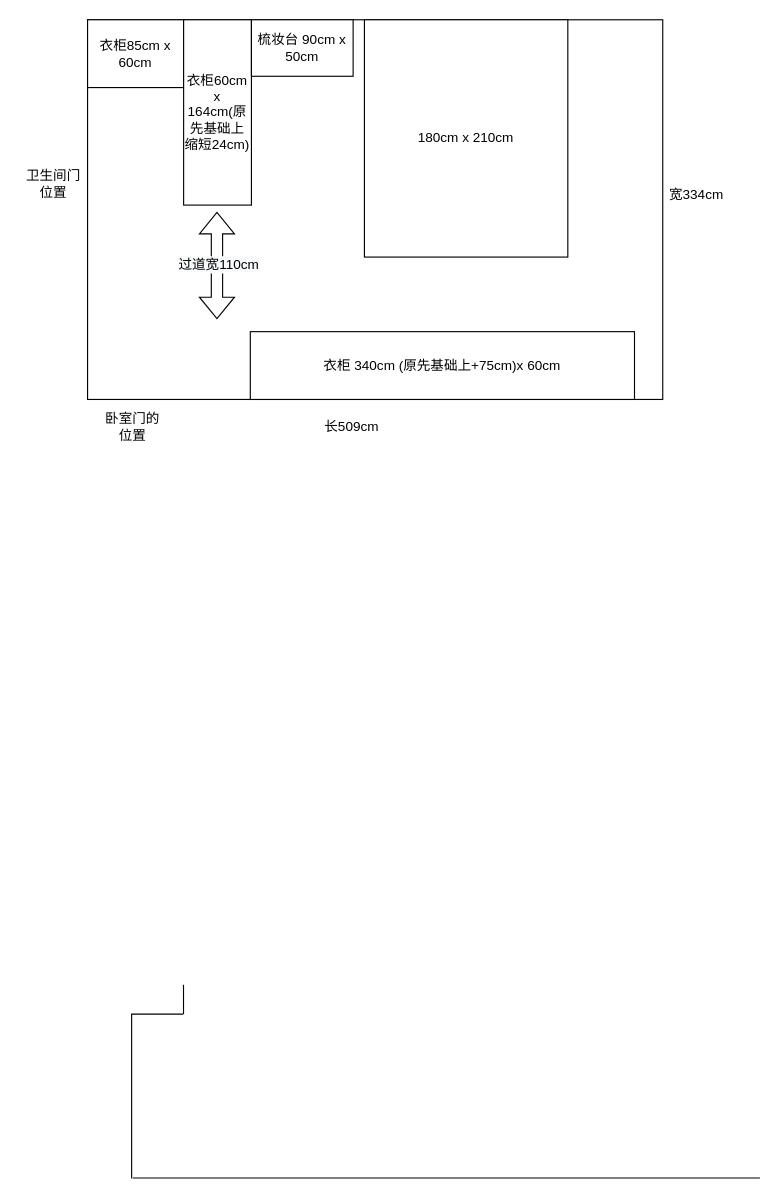
Above: 主卧布局.drawio in kyrie9927/diagrams (draw.io), before the change. Source tidied: cells renumbered, new cells numbered last; positions are measured from the earlier drawing's top-left corner, leaving out a move shared by most shapes. Both pictures are drawn from the tidied source at 113%, with x=0, y=0 at pixel (19, 19).
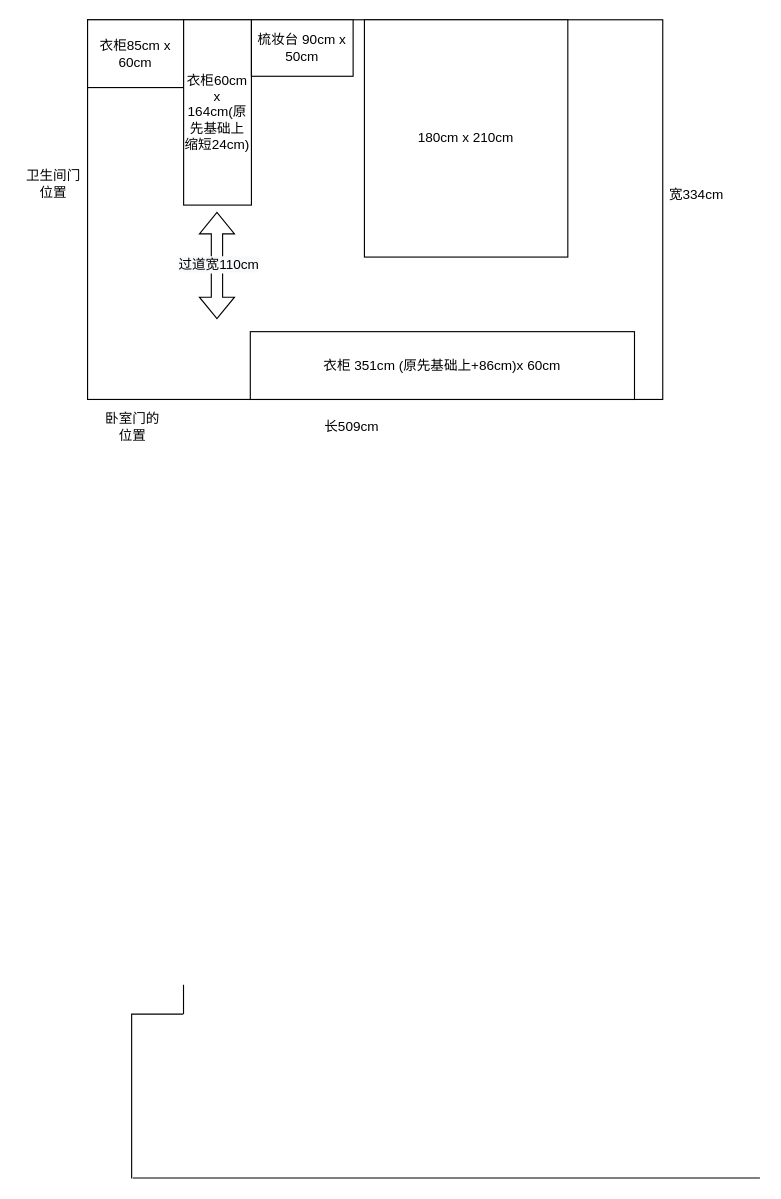
Above is the later version.

Commit message:
更新主卧布局.drawio

What changed in the source:
```diff
@@
 <mxGraphModel>
   <root>
     <mxCell id="0" />
     <mxCell id="1" parent="0" />
     <mxCell id="2" style="rounded=0;whiteSpace=wrap;html=1;" parent="1" vertex="1">
       <mxGeometry x="60" width="509" height="336" as="geometry" />
     </mxCell>
     <mxCell id="3" value="衣柜85cm x 60cm" style="rounded=0;whiteSpace=wrap;html=1;" parent="1" vertex="1">
       <mxGeometry x="60" width="85" height="60" as="geometry" />
     </mxCell>
     <mxCell id="4" value="衣柜60cm x 164cm(原先基础上缩短24cm)" style="rounded=0;whiteSpace=wrap;html=1;" parent="1" vertex="1">
       <mxGeometry x="145" width="60" height="164" as="geometry" />
     </mxCell>
-    <mxCell id="5" value="衣柜 340cm (原先基础上+75cm)x 60cm" style="rounded=0;whiteSpace=wrap;html=1;" parent="1" vertex="1">
+    <mxCell id="5" value="衣柜 351cm (原先基础上+86cm)x 60cm" style="rounded=0;whiteSpace=wrap;html=1;" parent="1" vertex="1">
       <mxGeometry x="204" y="276" width="340" height="60" as="geometry" />
     </mxCell>
     <mxCell id="6" value="180cm x 210cm" style="rounded=0;whiteSpace=wrap;html=1;" parent="1" vertex="1">
       <mxGeometry x="305" width="180" height="210" as="geometry" />
     </mxCell>
     <mxCell id="7" value="梳妆台 90cm x 50cm" style="rounded=0;whiteSpace=wrap;html=1;" parent="1" vertex="1">
       <mxGeometry x="205" width="90" height="50" as="geometry" />
     </mxCell>
     <mxCell id="8" style="shape=flexArrow;endArrow=classic;startArrow=classic;html=1;rounded=0;" parent="1" edge="1">
       <mxGeometry relative="1" as="geometry">
         <mxPoint x="174.5" y="265" as="sourcePoint" />
         <mxPoint x="174.5" y="170" as="targetPoint" />
       </mxGeometry>
     </mxCell>
     <mxCell id="9" value="&lt;span style=&quot;font-size: 12px ; background-color: rgb(248 , 249 , 250)&quot;&gt;过道宽110cm&lt;/span&gt;" style="edgeLabel;html=1;align=center;verticalAlign=middle;" parent="8" vertex="1">
       <mxGeometry x="0.03" y="-1" relative="1" as="geometry" />
     </mxCell>
     <mxCell id="10" value="宽334cm" style="text;html=1;strokeColor=none;fillColor=none;align=center;verticalAlign=middle;whiteSpace=wrap;rounded=0;" parent="1" vertex="1">
       <mxGeometry x="569" y="140" width="60" height="30" as="geometry" />
     </mxCell>
     <mxCell id="11" value="长509cm" style="text;html=1;strokeColor=none;fillColor=none;align=center;verticalAlign=middle;whiteSpace=wrap;rounded=0;" parent="1" vertex="1">
       <mxGeometry x="264" y="345" width="60" height="30" as="geometry" />
     </mxCell>
     <mxCell id="12" value="卫生间门位置" style="text;html=1;strokeColor=none;fillColor=none;align=center;verticalAlign=middle;whiteSpace=wrap;rounded=0;" parent="1" vertex="1">
       <mxGeometry y="130" width="60" height="30" as="geometry" />
     </mxCell>
     <mxCell id="13" value="卧室门的位置" style="text;html=1;strokeColor=none;fillColor=none;align=center;verticalAlign=middle;whiteSpace=wrap;rounded=0;" parent="1" vertex="1">
       <mxGeometry x="70" y="345" width="60" height="30" as="geometry" />
     </mxCell>
     <mxCell id="14" style="endArrow=none;html=1;rounded=0;" parent="1" edge="1">
       <mxGeometry relative="1" as="geometry">
         <mxPoint x="144.9" y="880" as="sourcePoint" />
         <mxPoint x="144.9" y="854" as="targetPoint" />
       </mxGeometry>
     </mxCell>
     <mxCell id="15" style="shape=partialRectangle;whiteSpace=wrap;html=1;bottom=0;right=0;fillColor=none;" parent="1" vertex="1">
       <mxGeometry x="99" y="880" width="45" height="145" as="geometry" />
     </mxCell>
     <mxCell id="16" style="endArrow=none;html=1;rounded=0;" parent="1" edge="1">
       <mxGeometry relative="1" as="geometry">
         <mxPoint x="100" y="1025" as="sourcePoint" />
         <mxPoint x="655" y="1025" as="targetPoint" />
       </mxGeometry>
     </mxCell>
   </root>
 </mxGraphModel>
```
